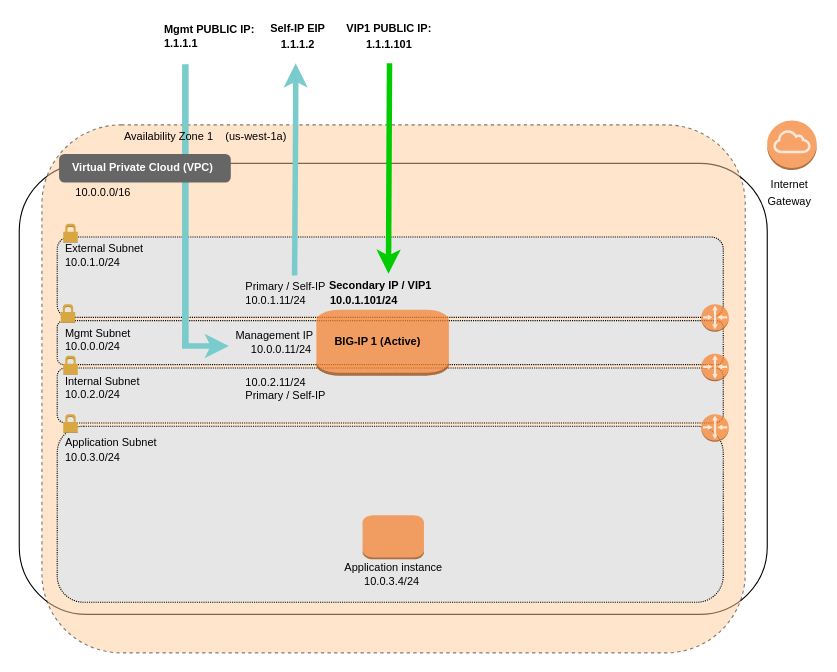
The draw.io diagram examples/quickstart/diagram.drawio in F5Networks/f5-aws-cloudformation-v2, before the edit. Source tidied: cells renumbered, new cells numbered last; positions are measured from the earlier drawing's top-left corner, leaving out a move shared by most shapes. Both pictures are drawn from the tidied source at 110%, with x=0, y=0 at pixel (19, 19).
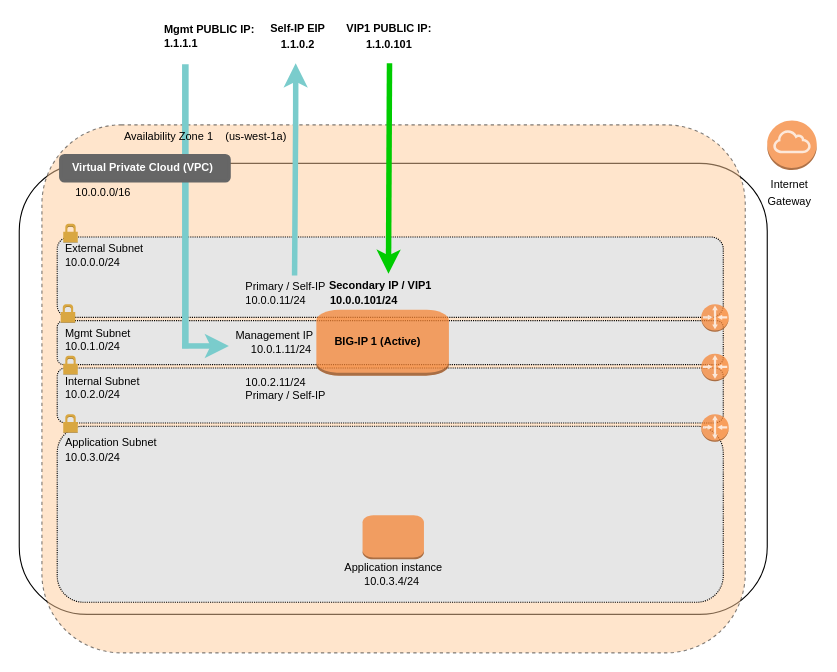
The same page after the edit.

What changed in the source:
```diff
@@
-    <mxCell id="8" value="&lt;font style=&quot;font-size: 10px&quot;&gt;10.0.1.0/24&lt;/font&gt;" style="text;html=1;align=left;verticalAlign=middle;" parent="1" vertex="1">
+    <mxCell id="8" value="&lt;font style=&quot;font-size: 10px&quot;&gt;10.0.0.0/24&lt;/font&gt;" style="text;html=1;align=left;verticalAlign=middle;" parent="1" vertex="1">
       <mxGeometry x="40" y="211" width="70" height="20" as="geometry" />
     </mxCell>
@@
-    <mxCell id="14" value="&lt;font style=&quot;font-size: 10px&quot;&gt;10.0.1.11/24&lt;/font&gt;" style="text;html=1;align=left;verticalAlign=middle;" parent="1" vertex="1">
+    <mxCell id="14" value="&lt;font style=&quot;font-size: 10px&quot;&gt;10.0.0.11/24&lt;/font&gt;" style="text;html=1;align=left;verticalAlign=middle;" parent="1" vertex="1">
       <mxGeometry x="204" y="245" width="70" height="20" as="geometry" />
     </mxCell>
@@
-    <mxCell id="16" value="&lt;font style=&quot;font-size: 10px&quot;&gt;&lt;span&gt;10.0.1.101/24&lt;/span&gt;&lt;/font&gt;" style="text;html=1;align=left;verticalAlign=middle;fontStyle=1;" parent="1" vertex="1">
+    <mxCell id="16" value="&lt;font style=&quot;font-size: 10px&quot;&gt;&lt;span&gt;10.0.0.101/24&lt;/span&gt;&lt;/font&gt;" style="text;html=1;align=left;verticalAlign=middle;fontStyle=1;" parent="1" vertex="1">
       <mxGeometry x="281" y="245" width="80" height="20" as="geometry" />
     </mxCell>
@@
-    <mxCell id="20" value="&lt;font style=&quot;font-size: 10px&quot;&gt;&lt;b&gt;VIP1 PUBLIC IP:&lt;br&gt;1.1.1.101&lt;/b&gt;&lt;br&gt;&lt;/font&gt;" style="text;html=1;align=center;verticalAlign=middle;" parent="1" vertex="1">
+    <mxCell id="20" value="&lt;font style=&quot;font-size: 10px&quot;&gt;&lt;b&gt;VIP1 PUBLIC IP:&lt;br&gt;1.1.0.101&lt;/b&gt;&lt;br&gt;&lt;/font&gt;" style="text;html=1;align=center;verticalAlign=middle;" parent="1" vertex="1">
       <mxGeometry x="291.3" width="90" height="30" as="geometry" />
     </mxCell>
@@
-    <mxCell id="32" value="&lt;font style=&quot;font-size: 10px&quot;&gt;10.0.0.0/24&lt;/font&gt;" style="text;html=1;align=left;verticalAlign=middle;" parent="1" vertex="1">
+    <mxCell id="32" value="&lt;font style=&quot;font-size: 10px&quot;&gt;10.0.1.0/24&lt;/font&gt;" style="text;html=1;align=left;verticalAlign=middle;" parent="1" vertex="1">
       <mxGeometry x="40" y="287" width="70" height="20" as="geometry" />
     </mxCell>
-    <mxCell id="33" value="&lt;font style=&quot;font-size: 10px&quot;&gt;10.0.0.11/24&lt;/font&gt;" style="text;html=1;align=center;verticalAlign=middle;" parent="1" vertex="1">
+    <mxCell id="33" value="&lt;font style=&quot;font-size: 10px&quot;&gt;10.0.1.11/24&lt;/font&gt;" style="text;html=1;align=center;verticalAlign=middle;" parent="1" vertex="1">
       <mxGeometry x="202.7" y="289.5" width="70" height="20" as="geometry" />
     </mxCell>
@@
-    <mxCell id="42" value="&lt;font style=&quot;font-size: 10px&quot;&gt;&lt;b&gt;Self-IP EIP &lt;br&gt;1.1.1.2&lt;/b&gt;&lt;br&gt;&lt;/font&gt;" style="text;html=1;align=center;verticalAlign=middle;" parent="1" vertex="1">
+    <mxCell id="42" value="&lt;font style=&quot;font-size: 10px&quot;&gt;&lt;b&gt;Self-IP EIP &lt;br&gt;1.1.0.2&lt;/b&gt;&lt;br&gt;&lt;/font&gt;" style="text;html=1;align=center;verticalAlign=middle;" parent="1" vertex="1">
       <mxGeometry x="217.8" width="70" height="30" as="geometry" />
     </mxCell>
```
